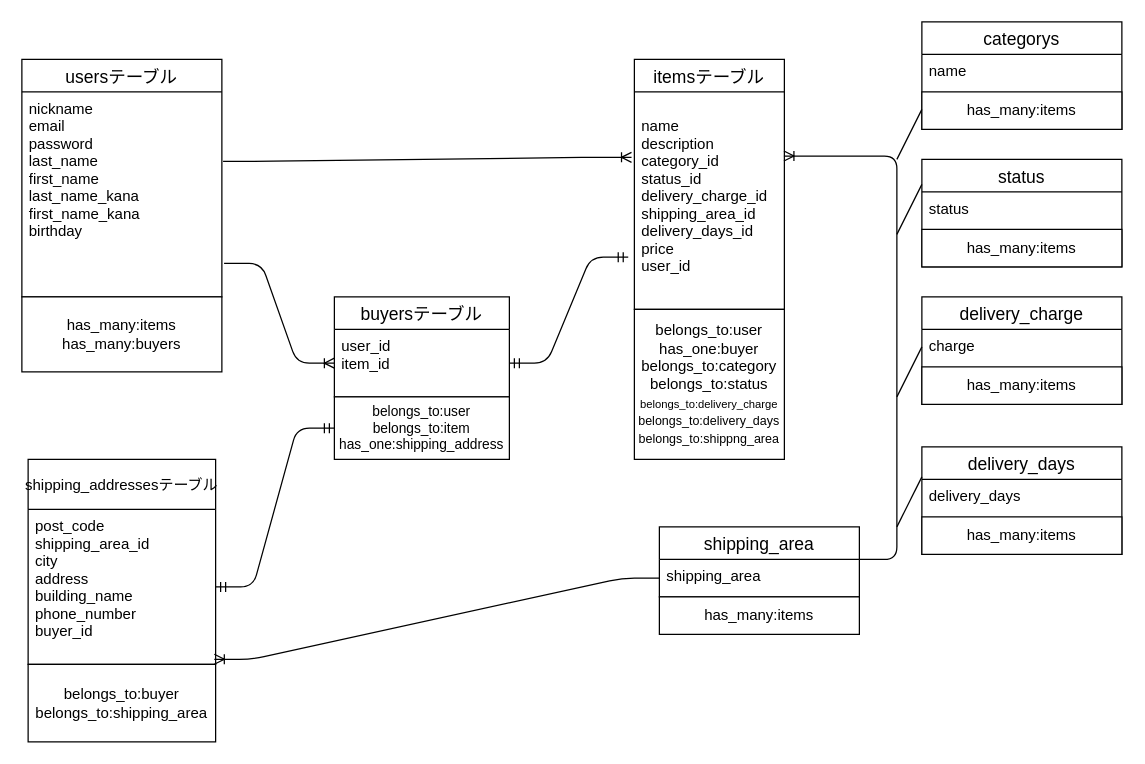
Above: ER.dio in NakanakaAki/furima-38655 (draw.io), before the change. Source tidied: cells renumbered, new cells numbered last; positions are measured from the earlier drawing's top-left corner, leaving out a move shared by most shapes. Both pictures are drawn from the tidied source at 125%, with x=0, y=0 at pixel (21, 21).
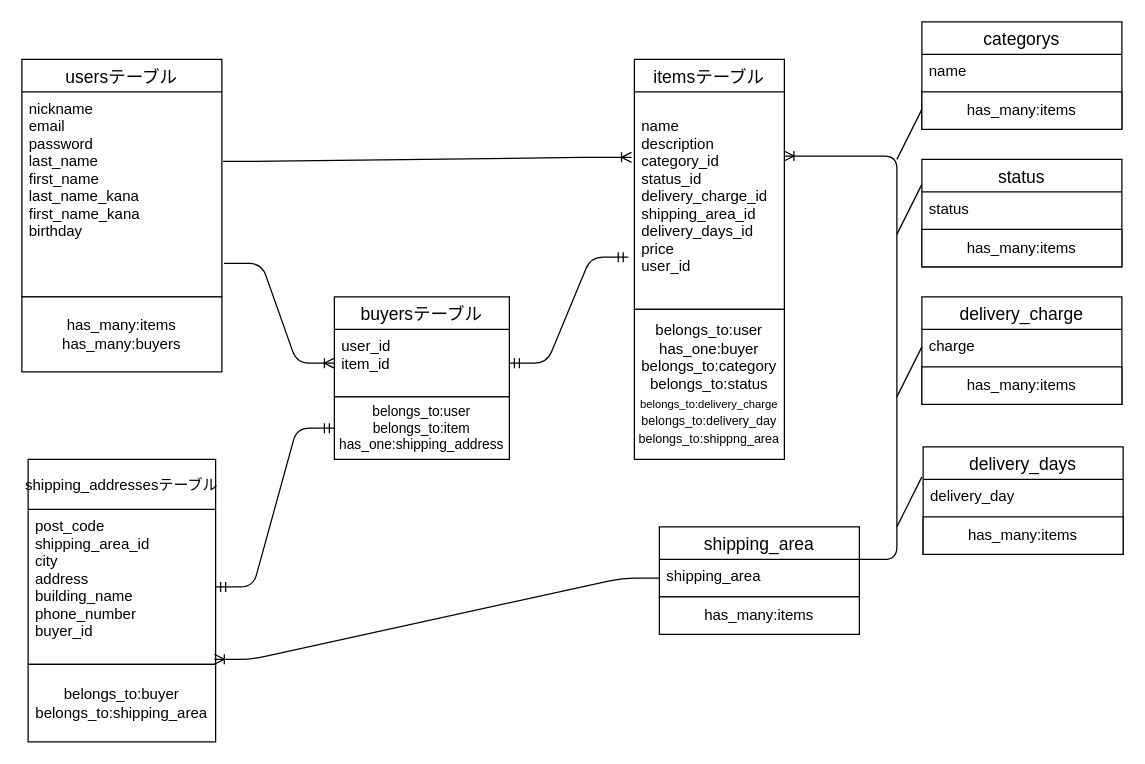
Above is the later version.

Commit message (it also covers changes not shown here):
データベース設計_4

Diff of the diagram source:
```diff
@@
-    <mxCell id="10" value="belongs_to:user&lt;br&gt;has_one:buyer&lt;br&gt;belongs_to:category&lt;br&gt;belongs_to:status&lt;br&gt;&lt;font style=&quot;font-size: 9px;&quot;&gt;belongs_to:&lt;font style=&quot;font-size: 9px;&quot;&gt;delivery_charge&lt;/font&gt;&lt;/font&gt;&lt;br&gt;&lt;font style=&quot;font-size: 10px;&quot;&gt;belongs_to:delivery_days&lt;br&gt;&lt;/font&gt;&lt;span style=&quot;font-size: 10px;&quot;&gt;belongs_to&lt;/span&gt;&lt;font size=&quot;1&quot;&gt;:shippng_area&lt;/font&gt;" style="whiteSpace=wrap;html=1;align=center;" parent="1" vertex="1">
+    <mxCell id="10" value="belongs_to:user&lt;br&gt;has_one:buyer&lt;br&gt;belongs_to:category&lt;br&gt;belongs_to:status&lt;br&gt;&lt;font style=&quot;font-size: 9px;&quot;&gt;belongs_to:&lt;font style=&quot;font-size: 9px;&quot;&gt;delivery_charge&lt;/font&gt;&lt;/font&gt;&lt;br&gt;&lt;font style=&quot;font-size: 10px;&quot;&gt;belongs_to:delivery_day&lt;br&gt;&lt;/font&gt;&lt;span style=&quot;font-size: 10px;&quot;&gt;belongs_to&lt;/span&gt;&lt;font size=&quot;1&quot;&gt;:shippng_area&lt;/font&gt;" style="whiteSpace=wrap;html=1;align=center;" parent="1" vertex="1">
       <mxGeometry x="490" y="230" width="120" height="120" as="geometry" />
     </mxCell>
@@
     <mxCell id="27" value="delivery_days" style="swimlane;fontStyle=0;horizontal=1;startSize=26;align=center;fontSize=14;" parent="1" vertex="1">
-      <mxGeometry x="720" y="340" width="160" height="86" as="geometry" />
+      <mxGeometry x="721" y="340" width="160" height="86" as="geometry" />
     </mxCell>
-    <mxCell id="28" value="delivery_days" style="text;strokeColor=none;fillColor=none;spacingLeft=4;spacingRight=4;overflow=hidden;fontSize=12;" parent="27" vertex="1">
+    <mxCell id="28" value="delivery_day" style="text;strokeColor=none;fillColor=none;spacingLeft=4;spacingRight=4;overflow=hidden;fontSize=12;" parent="27" vertex="1">
       <mxGeometry y="26" width="160" height="30" as="geometry" />
     </mxCell>
```
